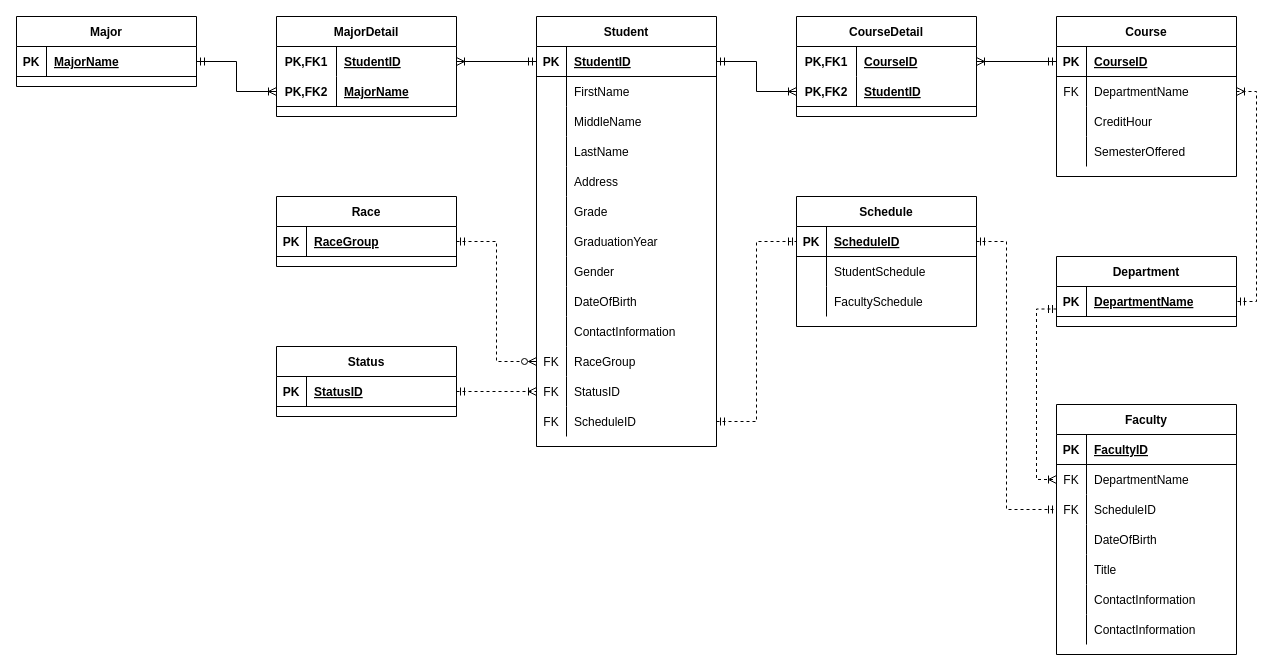
Earlier version of the draw.io diagram National Education Associates ERD.drawio (JerryJi002/Diagrams). Source tidied: cells renumbered, new cells numbered last; positions are measured from the earlier drawing's top-left corner, leaving out a move shared by most shapes. Both pictures are drawn from the tidied source at 100%, with x=0, y=0 at pixel (16, 16).
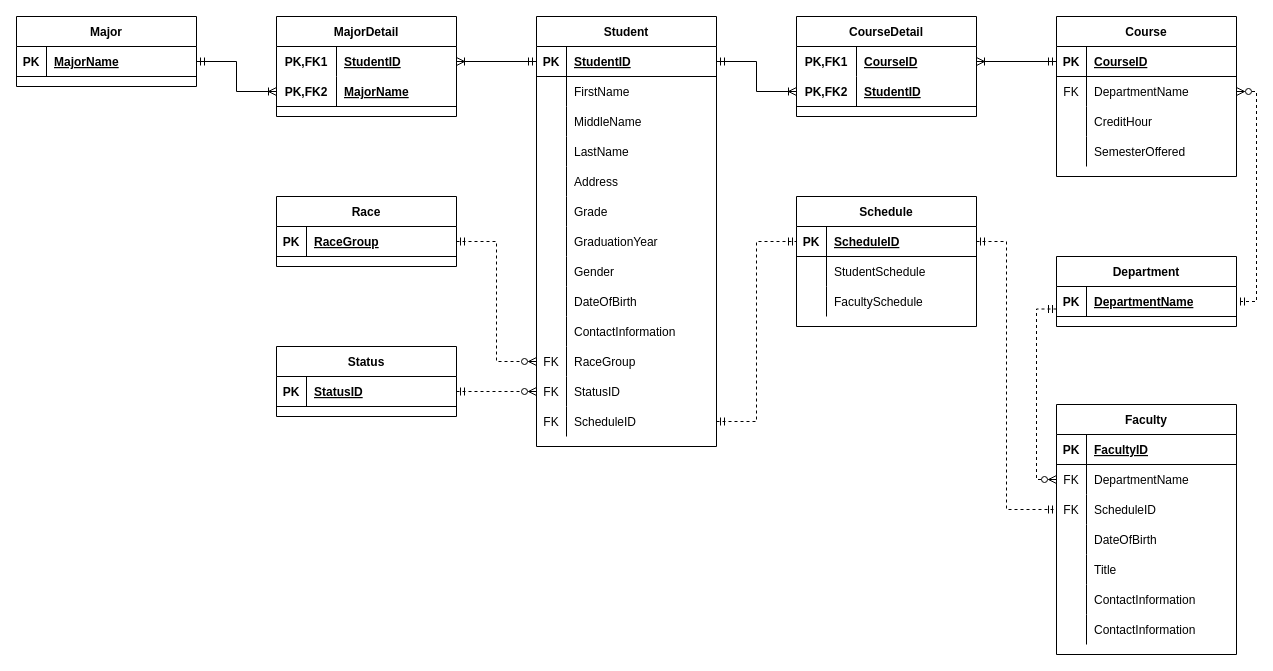
After the change.

The change refers to these unchanged cells:
```xml
<mxCell id="36" style="shape=tableRow;horizontal=0;startSize=0;swimlaneHead=0;swimlaneBody=0;fillColor=none;points=[[0,0.5],[1,0.5]];portConstraint=eastwest;top=0;left=0;right=0;bottom=0;" parent="2" vertex="1">
  <mxGeometry y="360" width="180" height="30" as="geometry" />
</mxCell>
<mxCell id="56" style="shape=tableRow;horizontal=0;startSize=0;swimlaneHead=0;swimlaneBody=0;fillColor=none;points=[[0,0.5],[1,0.5]];portConstraint=eastwest;top=0;left=0;right=0;bottom=0;" parent="52" vertex="1">
  <mxGeometry y="60" width="180" height="30" as="geometry" />
</mxCell>
<mxCell id="75" value="Department" style="shape=table;startSize=30;childLayout=tableLayout;rowLines=0;fontStyle=1;align=center;" parent="1" vertex="1">
  <mxGeometry x="1040" y="240" width="180" height="70" as="geometry" />
</mxCell>
<mxCell id="76" style="shape=tableRow;horizontal=0;startSize=0;swimlaneHead=0;swimlaneBody=0;fillColor=none;points=[[0,0.5],[1,0.5]];portConstraint=eastwest;top=0;left=0;right=0;bottom=1;" parent="75" vertex="1">
  <mxGeometry y="30" width="180" height="30" as="geometry" />
</mxCell>
<mxCell id="83" style="shape=tableRow;horizontal=0;startSize=0;swimlaneHead=0;swimlaneBody=0;fillColor=none;points=[[0,0.5],[1,0.5]];portConstraint=eastwest;top=0;left=0;right=0;bottom=0;" parent="79" vertex="1">
  <mxGeometry y="60" width="180" height="30" as="geometry" />
</mxCell>
<mxCell id="108" style="shape=tableRow;horizontal=0;startSize=0;swimlaneHead=0;swimlaneBody=0;fillColor=none;points=[[0,0.5],[1,0.5]];portConstraint=eastwest;top=0;left=0;right=0;bottom=1;" parent="107" vertex="1">
  <mxGeometry y="30" width="180" height="30" as="geometry" />
</mxCell>
```

What changed in the source:
```diff
@@
-    <mxCell id="74" style="edgeStyle=orthogonalEdgeStyle;rounded=0;jettySize=auto;html=1;exitX=0;exitY=0.75;exitDx=0;exitDy=0;entryX=0;entryY=0.5;entryDx=0;entryDy=0;dashed=1;startArrow=ERmandOne;startFill=0;endArrow=ERoneToMany;endFill=0;" parent="1" edge="1" source="75" target="56">
+    <mxCell id="74" style="edgeStyle=orthogonalEdgeStyle;rounded=0;jettySize=auto;html=1;exitX=0;exitY=0.75;exitDx=0;exitDy=0;entryX=0;entryY=0.5;entryDx=0;entryDy=0;dashed=1;startArrow=ERmandOne;startFill=0;endArrow=ERzeroToMany;endFill=0;" parent="1" edge="1" source="75" target="56">
       <mxGeometry relative="1" as="geometry">
         <Array as="points">
           <mxPoint x="1020" y="293" />
           <mxPoint x="1020" y="463" />
         </Array>
       </mxGeometry>
     </mxCell>
@@
-    <mxCell id="95" style="edgeStyle=orthogonalEdgeStyle;rounded=0;jettySize=auto;html=1;exitX=1;exitY=0.5;exitDx=0;exitDy=0;entryX=1;entryY=0.5;entryDx=0;entryDy=0;endArrow=ERmandOne;endFill=0;startArrow=ERoneToMany;startFill=0;dashed=1;" parent="1" edge="1" source="83" target="76">
+    <mxCell id="95" style="edgeStyle=orthogonalEdgeStyle;rounded=0;jettySize=auto;html=1;exitX=1;exitY=0.5;exitDx=0;exitDy=0;entryX=1;entryY=0.5;entryDx=0;entryDy=0;endArrow=ERmandOne;endFill=0;startArrow=ERzeroToMany;startFill=0;dashed=1;" parent="1" edge="1" source="83" target="76">
       <mxGeometry relative="1" as="geometry" />
     </mxCell>
@@
-    <mxCell id="126" style="edgeStyle=orthogonalEdgeStyle;rounded=0;jettySize=auto;html=1;exitX=1;exitY=0.5;exitDx=0;exitDy=0;entryX=0;entryY=0.5;entryDx=0;entryDy=0;startArrow=ERmandOne;startFill=0;endArrow=ERoneToMany;endFill=0;dashed=1;" parent="1" edge="1" source="108" target="36">
+    <mxCell id="126" style="edgeStyle=orthogonalEdgeStyle;rounded=0;jettySize=auto;html=1;exitX=1;exitY=0.5;exitDx=0;exitDy=0;entryX=0;entryY=0.5;entryDx=0;entryDy=0;startArrow=ERmandOne;startFill=0;endArrow=ERzeroToMany;endFill=0;dashed=1;" parent="1" edge="1" source="108" target="36">
       <mxGeometry relative="1" as="geometry" />
     </mxCell>
```
